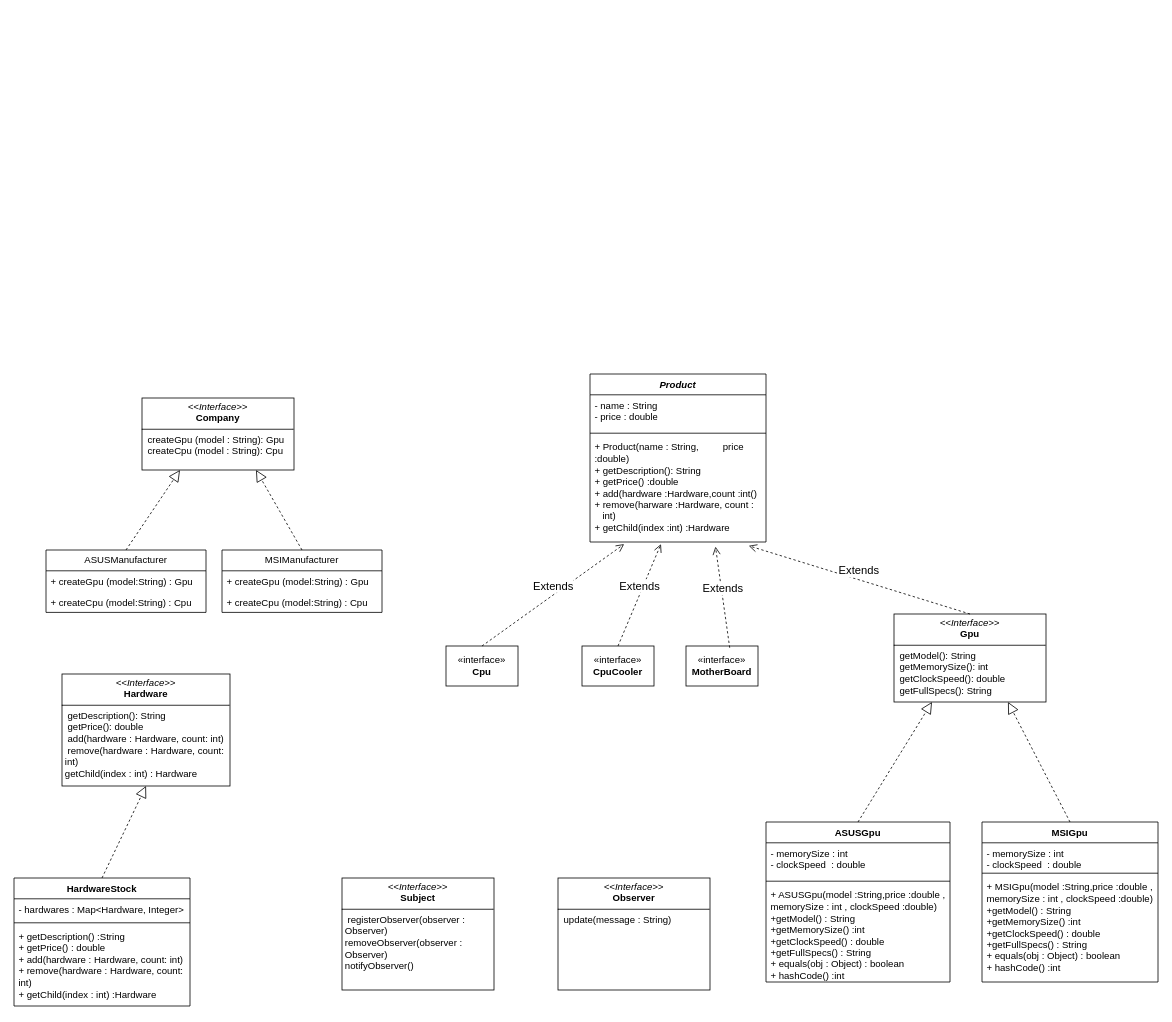
The draw.io diagram Başlıksız Diyagram.drawio in Goktugberke/pattern, before the edit. Source tidied: cells renumbered, new cells numbered last; positions are measured from the earlier drawing's top-left corner, leaving out a move shared by most shapes. Both pictures are drawn from the tidied source at 80%, with x=0, y=0 at pixel (14, 374).
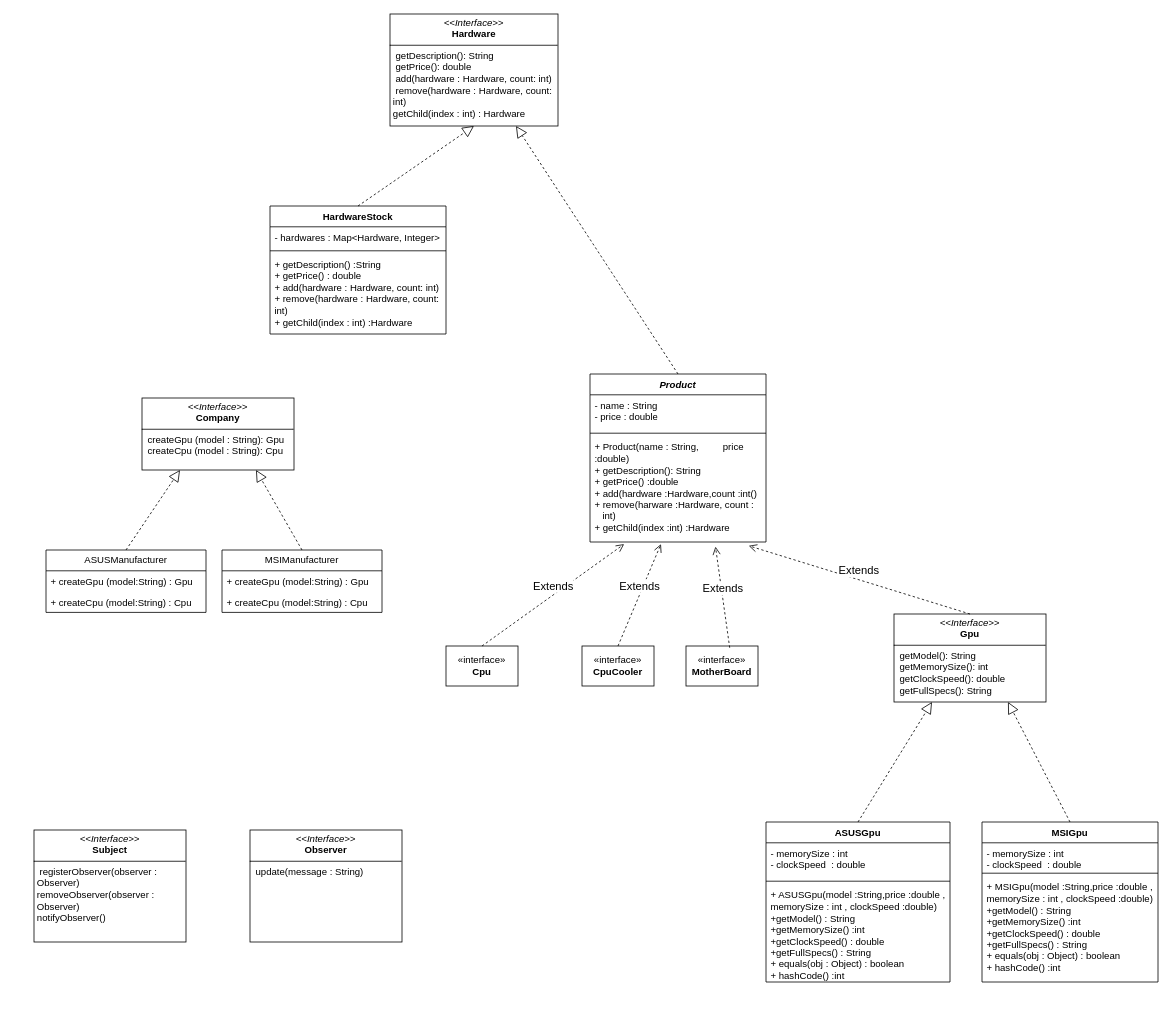
The same page after the edit.

The change refers to these unchanged cells:
```xml
<mxCell id="16" value="&lt;i&gt;Product&lt;/i&gt;" style="swimlane;fontStyle=1;align=center;verticalAlign=top;horizontal=1;startSize=26;whiteSpace=wrap;html=1;" parent="1" vertex="1">
  <mxGeometry x="720" width="220" height="210" as="geometry" />
</mxCell>
```

Diff of the diagram source:
```diff
@@
     <mxCell id="33" value="&lt;p style=&quot;margin:0px;margin-top:4px;text-align:center;&quot;&gt;&lt;i&gt;&amp;lt;&amp;lt;Interface&amp;gt;&amp;gt;&lt;/i&gt;&lt;br&gt;&lt;b&gt;Hardware&lt;/b&gt;&lt;/p&gt;&lt;hr size=&quot;1&quot; style=&quot;border-style:solid;&quot;&gt;&lt;p style=&quot;margin:0px;margin-left:4px;&quot;&gt;&lt;span style=&quot;background-color: initial;&quot;&gt;&amp;nbsp;getDescription(): String&lt;/span&gt;&lt;/p&gt;&lt;p style=&quot;margin:0px;margin-left:4px;&quot;&gt;&amp;nbsp;getPrice(): double&lt;/p&gt;&lt;p style=&quot;margin:0px;margin-left:4px;&quot;&gt;&amp;nbsp;add(hardware : Hardware, count: int)&lt;/p&gt;&lt;p style=&quot;margin:0px;margin-left:4px;&quot;&gt;&amp;nbsp;remove&lt;span style=&quot;background-color: initial;&quot;&gt;(hardware : Hardware, count: int)&lt;/span&gt;&lt;/p&gt;&lt;p style=&quot;margin:0px;margin-left:4px;&quot;&gt;&lt;span style=&quot;background-color: initial;&quot;&gt;getChild(index : int) : Hardware&lt;/span&gt;&lt;/p&gt;&lt;div&gt;&lt;span style=&quot;background-color: initial;&quot;&gt;&lt;br&gt;&lt;/span&gt;&lt;/div&gt;&lt;p style=&quot;margin:0px;margin-left:4px;&quot;&gt;&lt;br&gt;&lt;/p&gt;" style="verticalAlign=top;align=left;overflow=fill;html=1;whiteSpace=wrap;" parent="1" vertex="1">
-      <mxGeometry x="60" y="375" width="210" height="140" as="geometry" />
+      <mxGeometry x="470" y="-450" width="210" height="140" as="geometry" />
     </mxCell>
     <mxCell id="34" value="HardwareStock" style="swimlane;fontStyle=1;align=center;verticalAlign=top;horizontal=1;startSize=26;whiteSpace=wrap;html=1;" parent="1" vertex="1">
-      <mxGeometry y="630" width="220" height="160" as="geometry" />
+      <mxGeometry x="320" y="-210" width="220" height="160" as="geometry" />
     </mxCell>
@@
     <mxCell id="39" value="&lt;p style=&quot;margin:0px;margin-top:4px;text-align:center;&quot;&gt;&lt;i&gt;&amp;lt;&amp;lt;Interface&amp;gt;&amp;gt;&lt;/i&gt;&lt;br&gt;&lt;b&gt;Subject&lt;/b&gt;&lt;/p&gt;&lt;hr size=&quot;1&quot; style=&quot;border-style:solid;&quot;&gt;&lt;p style=&quot;margin:0px;margin-left:4px;&quot;&gt;&amp;nbsp;registerObserver(observer : Observer)&lt;br&gt;removeObserver(observer : Observer)&lt;/p&gt;&lt;p style=&quot;margin:0px;margin-left:4px;&quot;&gt;notify&lt;span style=&quot;background-color: initial;&quot;&gt;Observer()&lt;/span&gt;&lt;/p&gt;" style="verticalAlign=top;align=left;overflow=fill;html=1;whiteSpace=wrap;" parent="1" vertex="1">
-      <mxGeometry x="410" y="630" width="190" height="140" as="geometry" />
+      <mxGeometry x="25" y="570" width="190" height="140" as="geometry" />
     </mxCell>
     <mxCell id="40" value="&lt;p style=&quot;margin:0px;margin-top:4px;text-align:center;&quot;&gt;&lt;i&gt;&amp;lt;&amp;lt;Interface&amp;gt;&amp;gt;&lt;/i&gt;&lt;br&gt;&lt;b&gt;Observer&lt;/b&gt;&lt;/p&gt;&lt;hr size=&quot;1&quot; style=&quot;border-style:solid;&quot;&gt;&lt;p style=&quot;margin:0px;margin-left:4px;&quot;&gt;&amp;nbsp;update(message : String)&lt;/p&gt;" style="verticalAlign=top;align=left;overflow=fill;html=1;whiteSpace=wrap;" parent="1" vertex="1">
-      <mxGeometry x="680" y="630" width="190" height="140" as="geometry" />
+      <mxGeometry x="295" y="570" width="190" height="140" as="geometry" />
     </mxCell>
+    <mxCell id="41" style="endArrow=block;dashed=1;endFill=0;endSize=12;html=1;rounded=0;exitX=0.5;exitY=0;exitDx=0;exitDy=0;entryX=0.75;entryY=1;entryDx=0;entryDy=0;" parent="1" edge="1" source="16" target="33">
+      <mxGeometry relative="1" as="geometry" />
+    </mxCell>
```
